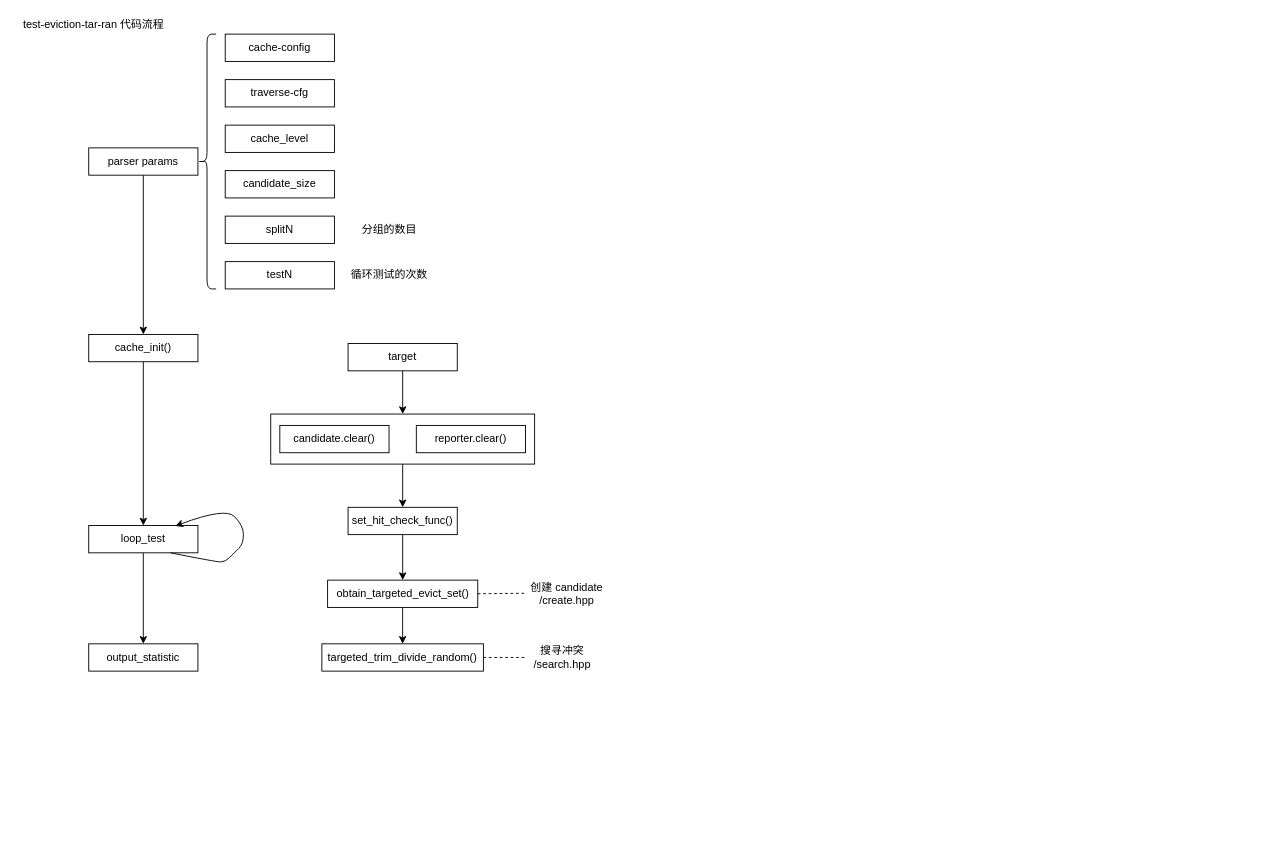
Before: page "attack" (3 of 5) of traverse.drawio in w112/graph, a draw.io diagram. Source tidied: cells renumbered, new cells numbered last; positions are measured from the earlier drawing's top-left corner, leaving out a move shared by most shapes. Both pictures are drawn from the tidied source at 91%, with x=0, y=0 at pixel (15, 15).
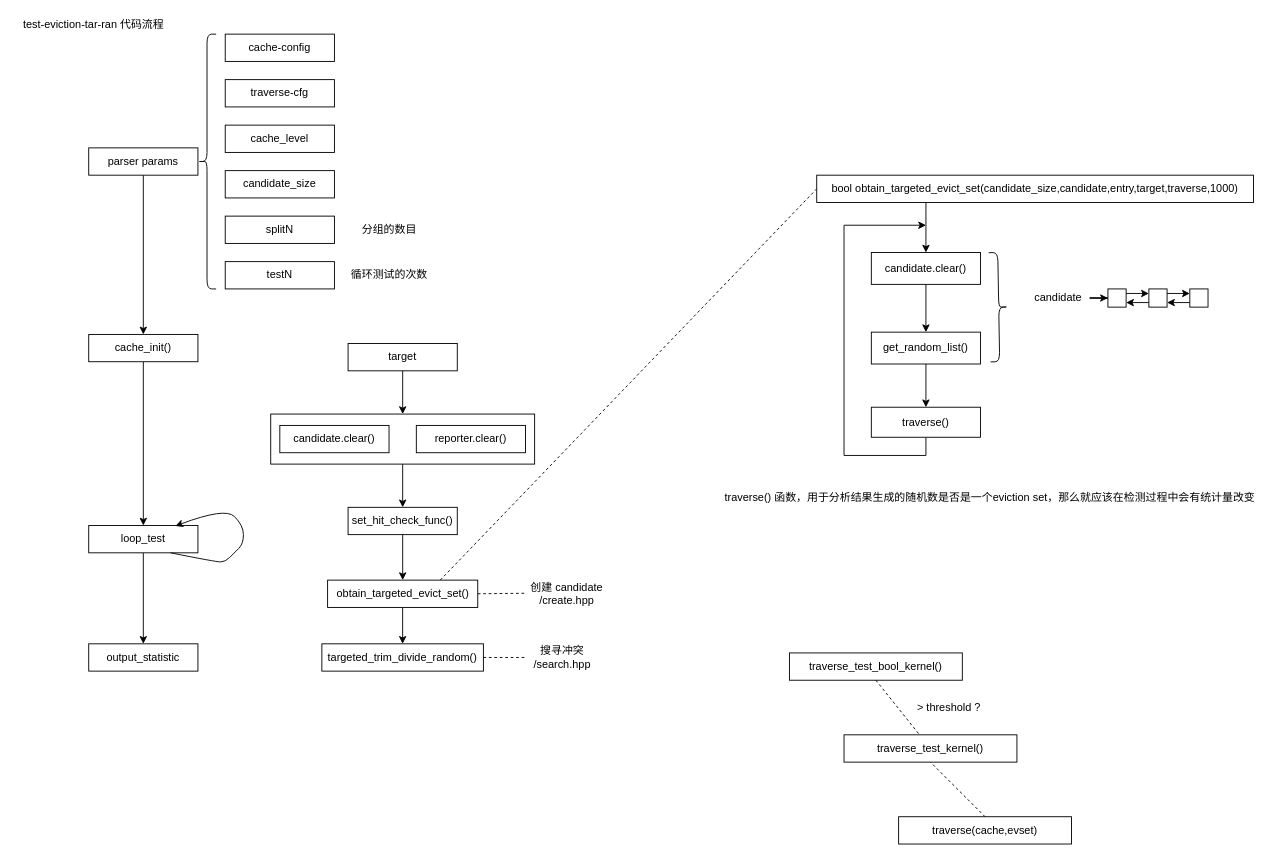
The same diagram, later.

The change refers to these unchanged cells:
```xml
<mxCell id="27" value="obtain_targeted_evict_set()" style="rounded=0;whiteSpace=wrap;html=1;" parent="1" vertex="1">
  <mxGeometry x="342.5" y="620" width="165" height="30" as="geometry" />
</mxCell>
```

Change to the diagram source:
```diff
@@
+    <mxCell id="35" style="endArrow=none;dashed=1;html=1;exitX=0.75;exitY=0;exitDx=0;exitDy=0;entryX=0;entryY=0.5;entryDx=0;entryDy=0;" parent="1" edge="1" source="27" target="37">
+      <mxGeometry relative="1" as="geometry" />
+    </mxCell>
+    <mxCell id="36" style="edgeStyle=orthogonalEdgeStyle;rounded=0;jettySize=auto;html=1;exitX=0.25;exitY=1;exitDx=0;exitDy=0;" parent="1" edge="1" source="37" target="39">
+      <mxGeometry relative="1" as="geometry" />
+    </mxCell>
+    <mxCell id="37" value="bool obtain_targeted_evict_set(candidate_size,candidate,entry,target,traverse,1000)" style="rounded=0;whiteSpace=wrap;html=1;" parent="1" vertex="1">
+      <mxGeometry x="880" y="175" width="480" height="30" as="geometry" />
+    </mxCell>
+    <mxCell id="38" style="edgeStyle=orthogonalEdgeStyle;rounded=0;jettySize=auto;html=1;" parent="1" edge="1" source="39" target="41">
+      <mxGeometry relative="1" as="geometry" />
+    </mxCell>
+    <mxCell id="39" value="candidate.clear()" style="rounded=0;whiteSpace=wrap;html=1;" parent="1" vertex="1">
+      <mxGeometry x="940" y="260" width="120" height="35" as="geometry" />
+    </mxCell>
+    <mxCell id="40" style="edgeStyle=orthogonalEdgeStyle;rounded=0;jettySize=auto;html=1;entryX=0.5;entryY=0;entryDx=0;entryDy=0;" parent="1" edge="1" source="41" target="55">
+      <mxGeometry relative="1" as="geometry" />
+    </mxCell>
+    <mxCell id="41" value="get_random_list()" style="rounded=0;whiteSpace=wrap;html=1;" parent="1" vertex="1">
+      <mxGeometry x="940" y="347.5" width="120" height="35" as="geometry" />
+    </mxCell>
+    <mxCell id="42" style="edgeStyle=orthogonalEdgeStyle;rounded=0;orthogonalLoop=1;jettySize=auto;html=1;exitX=0.5;exitY=1;exitDx=0;exitDy=0;" parent="1" edge="1" source="41" target="41">
+      <mxGeometry relative="1" as="geometry" />
+    </mxCell>
+    <mxCell id="43" style="shape=curlyBracket;whiteSpace=wrap;html=1;rounded=1;rotation=-181;" parent="1" vertex="1">
+      <mxGeometry x="1070" y="260" width="20" height="120" as="geometry" />
+    </mxCell>
+    <mxCell id="44" style="group;" parent="1" vertex="1">
+      <mxGeometry x="1110" y="300" width="200" height="20" as="geometry" />
+    </mxCell>
+    <mxCell id="45" value="candidate" style="text;html=1;align=center;verticalAlign=middle;points=[];" parent="44" vertex="1">
+      <mxGeometry width="70" height="20" as="geometry" />
+    </mxCell>
+    <mxCell id="46" style="rounded=0;whiteSpace=wrap;html=1;" parent="44" vertex="1">
+      <mxGeometry x="90" width="20" height="20" as="geometry" />
+    </mxCell>
+    <mxCell id="47" style="edgeStyle=orthogonalEdgeStyle;rounded=0;jettySize=auto;html=1;entryX=0;entryY=0.5;entryDx=0;entryDy=0;" parent="44" edge="1" source="45" target="46">
+      <mxGeometry relative="1" as="geometry" />
+    </mxCell>
+    <mxCell id="48" style="edgeStyle=orthogonalEdgeStyle;rounded=0;jettySize=auto;html=1;exitX=0;exitY=0.75;exitDx=0;exitDy=0;entryX=1;entryY=0.75;entryDx=0;entryDy=0;" parent="44" edge="1" source="49" target="46">
+      <mxGeometry relative="1" as="geometry" />
+    </mxCell>
+    <mxCell id="49" style="rounded=0;whiteSpace=wrap;html=1;" parent="44" vertex="1">
+      <mxGeometry x="135" width="20" height="20" as="geometry" />
+    </mxCell>
+    <mxCell id="50" style="edgeStyle=orthogonalEdgeStyle;rounded=0;jettySize=auto;html=1;exitX=1;exitY=0.25;exitDx=0;exitDy=0;entryX=0;entryY=0.25;entryDx=0;entryDy=0;" parent="44" edge="1" source="46" target="49">
+      <mxGeometry relative="1" as="geometry" />
+    </mxCell>
+    <mxCell id="51" style="edgeStyle=orthogonalEdgeStyle;rounded=0;jettySize=auto;html=1;exitX=0;exitY=0.75;exitDx=0;exitDy=0;entryX=1;entryY=0.75;entryDx=0;entryDy=0;" parent="44" edge="1" source="52" target="49">
+      <mxGeometry relative="1" as="geometry" />
+    </mxCell>
+    <mxCell id="52" style="rounded=0;whiteSpace=wrap;html=1;" parent="44" vertex="1">
+      <mxGeometry x="180" width="20" height="20" as="geometry" />
+    </mxCell>
+    <mxCell id="53" style="edgeStyle=orthogonalEdgeStyle;rounded=0;jettySize=auto;html=1;exitX=1;exitY=0.25;exitDx=0;exitDy=0;entryX=0;entryY=0.25;entryDx=0;entryDy=0;" parent="44" edge="1" source="49" target="52">
+      <mxGeometry relative="1" as="geometry" />
+    </mxCell>
+    <mxCell id="54" style="edgeStyle=orthogonalEdgeStyle;rounded=0;jettySize=auto;html=1;exitX=0.5;exitY=1;exitDx=0;exitDy=0;" parent="1" edge="1" source="55">
+      <mxGeometry relative="1" as="geometry">
+        <mxPoint x="1000.1" y="230" as="targetPoint" />
+        <Array as="points">
+          <mxPoint x="1000" y="483" />
+          <mxPoint x="910" y="483" />
+          <mxPoint x="910" y="230" />
+        </Array>
+      </mxGeometry>
+    </mxCell>
+    <mxCell id="55" value="traverse()" style="rounded=0;whiteSpace=wrap;html=1;" parent="1" vertex="1">
+      <mxGeometry x="940" y="430" width="120" height="33" as="geometry" />
+    </mxCell>
+    <mxCell id="56" value="traverse() 函数，用于分析结果生成的随机数是否是一个eviction set，那么就应该在检测过程中会有统计量改变" style="text;html=1;align=center;verticalAlign=middle;" parent="1" vertex="1">
+      <mxGeometry x="770" y="520" width="600" height="20" as="geometry" />
+    </mxCell>
+    <mxCell id="57" value="traverse_test_bool_kernel()" style="rounded=0;whiteSpace=wrap;html=1;" parent="1" vertex="1">
+      <mxGeometry x="850" y="700" width="190" height="30" as="geometry" />
+    </mxCell>
+    <mxCell id="58" value="traverse_test_kernel()" style="rounded=0;whiteSpace=wrap;html=1;" parent="1" vertex="1">
+      <mxGeometry x="910" y="790" width="190" height="30" as="geometry" />
+    </mxCell>
+    <mxCell id="59" style="endArrow=none;dashed=1;html=1;exitX=0.5;exitY=1;exitDx=0;exitDy=0;" parent="1" edge="1" source="57" target="58">
+      <mxGeometry relative="1" as="geometry" />
+    </mxCell>
+    <mxCell id="60" value="&amp;gt; threshold ?" style="text;html=1;align=center;verticalAlign=middle;" parent="1" vertex="1">
+      <mxGeometry x="980" y="750" width="90" height="20" as="geometry" />
+    </mxCell>
+    <mxCell id="61" value="traverse(cache,evset)" style="rounded=0;whiteSpace=wrap;html=1;" parent="1" vertex="1">
+      <mxGeometry x="970" y="880" width="190" height="30" as="geometry" />
+    </mxCell>
+    <mxCell id="62" style="endArrow=none;dashed=1;html=1;exitX=0.5;exitY=0;exitDx=0;exitDy=0;entryX=0.5;entryY=1;entryDx=0;entryDy=0;" parent="1" edge="1" source="61" target="58">
+      <mxGeometry relative="1" as="geometry" />
+    </mxCell>
```
